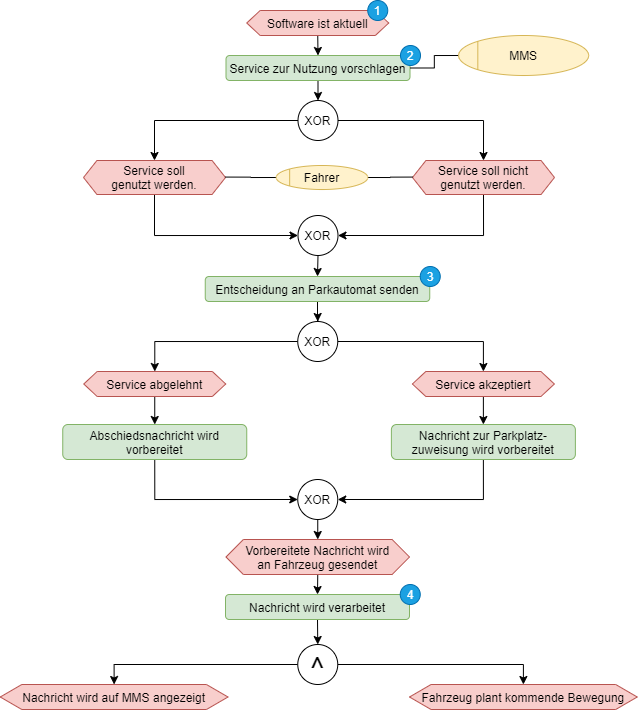
Above: Ausarbeitung/text/pictures/konzept-Nutzungsprozess.png in hesty98/bachelorthesis (draw.io), before the change. Source tidied: cells renumbered, new cells last; positions are measured from the earlier drawing's top-left corner, leaving out a move shared by most shapes.
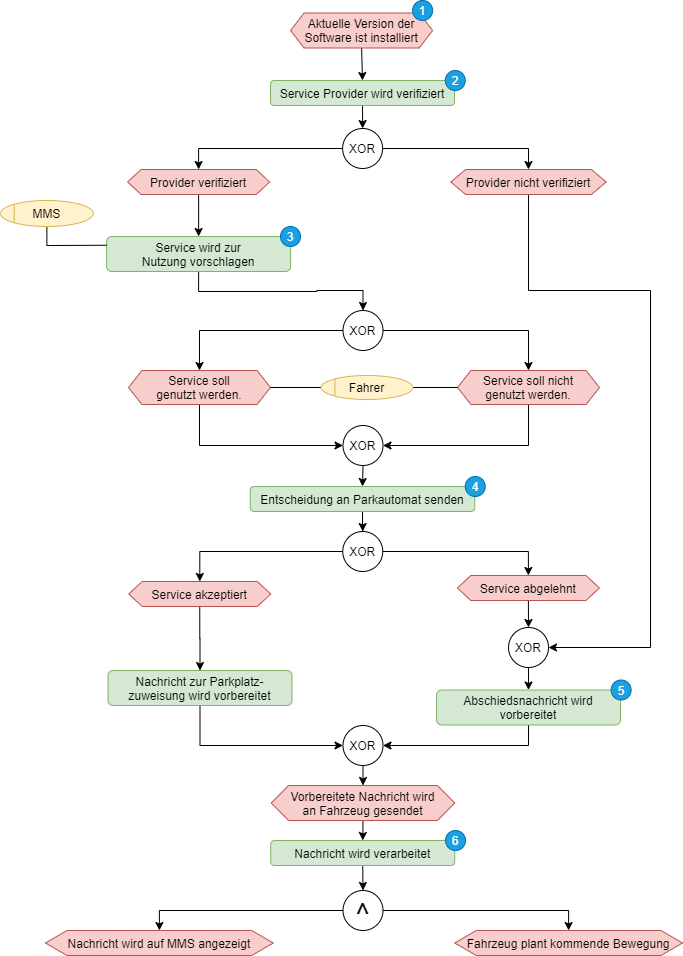
Later version of the same file.

What changed in the source:
```diff
@@ -2,23 +2,28 @@
   <root>
     <mxCell id="0" />
     <mxCell id="1" parent="0" />
-    <mxCell id="2" style="edgeStyle=orthogonalEdgeStyle;rounded=0;jettySize=auto;html=0;exitX=0.5;exitY=1;exitDx=0;exitDy=0;entryX=0.5;entryY=0;entryDx=0;entryDy=0;startArrow=none;startFill=0;endArrow=classic;endFill=1;strokeColor=#000000;" parent="1" edge="1" source="3" target="5">
-      <mxGeometry relative="1" as="geometry" />
-    </mxCell>
+    <mxCell id="50" style="edgeStyle=orthogonalEdgeStyle;rounded=0;jettySize=auto;html=1;exitX=0.5;exitY=1;exitDx=0;exitDy=0;entryX=0.5;entryY=0;entryDx=0;entryDy=0;endArrow=classic;endFill=1;" parent="1" edge="1" source="3" target="53">
+      <mxGeometry relative="1" as="geometry" />
+    </mxCell>
-    <mxCell id="3" value="Software ist aktuell" style="shape=hexagon;perimeter=hexagonPerimeter;rounded=0;size=0.09458588788853817;fillColor=#f8cecc;strokeColor=#b85450;" parent="1" vertex="1">
-      <mxGeometry x="246.2" y="10" width="142" height="25" as="geometry" />
+    <mxCell id="3" value="Aktuelle Version der&#10;Software ist installiert" style="shape=hexagon;perimeter=hexagonPerimeter;rounded=0;size=0.09458588788853817;fillColor=#f8cecc;strokeColor=#b85450;" parent="1" vertex="1">
+      <mxGeometry x="275.1" y="39.5" width="142" height="35" as="geometry" />
     </mxCell>
     <mxCell id="4" style="edgeStyle=orthogonalEdgeStyle;rounded=0;jettySize=auto;html=0;exitX=0.5;exitY=1;exitDx=0;exitDy=0;entryX=0.5;entryY=0;entryDx=0;entryDy=0;startArrow=none;startFill=0;endArrow=classic;endFill=1;strokeColor=#000000;" parent="1" edge="1" source="5" target="11">
       <mxGeometry relative="1" as="geometry" />
     </mxCell>
-    <mxCell id="5" value="Service zur Nutzung vorschlagen" style="shape=ext;rounded=1;fillColor=#d5e8d4;strokeColor=#82b366;" parent="1" vertex="1">
-      <mxGeometry x="225.5" y="55" width="184" height="25" as="geometry" />
+    <mxCell id="5" value="Service wird zur &#10;Nutzung vorschlagen" style="shape=ext;rounded=1;fillColor=#d5e8d4;strokeColor=#82b366;" parent="1" vertex="1">
+      <mxGeometry x="91.1" y="263" width="184" height="35" as="geometry" />
     </mxCell>
-    <mxCell id="6" style="edgeStyle=orthogonalEdgeStyle;rounded=0;jettySize=auto;html=1;exitX=0;exitY=0.5;exitDx=0;exitDy=0;entryX=1;entryY=0.5;entryDx=0;entryDy=0;startArrow=none;startFill=0;endArrow=none;endFill=0;strokeColor=#000000;" parent="1" edge="1" source="7" target="5">
-      <mxGeometry relative="1" as="geometry" />
+    <mxCell id="6" style="edgeStyle=orthogonalEdgeStyle;rounded=0;jettySize=auto;html=1;exitX=0.5;exitY=1;exitDx=0;exitDy=0;entryX=0;entryY=0.25;entryDx=0;entryDy=0;startArrow=none;startFill=0;endArrow=none;endFill=0;strokeColor=#000000;" parent="1" edge="1" source="7" target="5">
+      <mxGeometry relative="1" as="geometry">
+        <Array as="points">
+          <mxPoint x="31" y="272" />
+          <mxPoint x="35" y="272" />
+        </Array>
+      </mxGeometry>
     </mxCell>
     <mxCell id="7" value="MMS" style="ellipse;align=center;fillColor=#fff2cc;strokeColor=#d6b656;" parent="1" vertex="1">
-      <mxGeometry x="458.1" y="35" width="130" height="40" as="geometry" />
+      <mxGeometry x="-15" y="227" width="92.8" height="26" as="geometry" />
     </mxCell>
     <mxCell id="8" style="endArrow=none;html=1;entryX=0;entryY=0;entryDx=0;entryDy=0;exitX=0;exitY=1;exitDx=0;exitDy=0;strokeColor=#D6B656;" parent="1" edge="1" source="7" target="7">
       <mxGeometry relative="1" as="geometry" />
@@ -30,25 +35,25 @@
       <mxGeometry relative="1" as="geometry" />
     </mxCell>
     <mxCell id="11" value="XOR" style="ellipse;" parent="1" vertex="1">
-      <mxGeometry x="297.5" y="100" width="40" height="40" as="geometry" />
+      <mxGeometry x="327.5" y="337" width="40" height="40" as="geometry" />
     </mxCell>
     <mxCell id="12" style="edgeStyle=orthogonalEdgeStyle;rounded=0;jettySize=auto;html=0;exitX=0.5;exitY=1;exitDx=0;exitDy=0;entryX=0;entryY=0.5;entryDx=0;entryDy=0;startArrow=none;startFill=0;endArrow=classic;endFill=1;strokeColor=#000000;" parent="1" edge="1" source="13" target="17">
       <mxGeometry relative="1" as="geometry" />
     </mxCell>
     <mxCell id="13" value="Service soll&#10;genutzt werden." style="shape=hexagon;perimeter=hexagonPerimeter;rounded=0;size=0.09458588788853817;fillColor=#f8cecc;strokeColor=#b85450;" parent="1" vertex="1">
-      <mxGeometry x="83" y="160" width="142" height="34" as="geometry" />
+      <mxGeometry x="113" y="397" width="142" height="34" as="geometry" />
     </mxCell>
     <mxCell id="14" style="edgeStyle=orthogonalEdgeStyle;rounded=0;jettySize=auto;html=0;exitX=0.5;exitY=1;exitDx=0;exitDy=0;entryX=1;entryY=0.5;entryDx=0;entryDy=0;startArrow=none;startFill=0;endArrow=classic;endFill=1;strokeColor=#000000;" parent="1" edge="1" source="15" target="17">
       <mxGeometry relative="1" as="geometry" />
     </mxCell>
     <mxCell id="15" value="Service soll nicht&#10;genutzt werden." style="shape=hexagon;perimeter=hexagonPerimeter;rounded=0;size=0.09458588788853817;fillColor=#f8cecc;strokeColor=#b85450;" parent="1" vertex="1">
-      <mxGeometry x="412" y="160" width="142" height="34" as="geometry" />
+      <mxGeometry x="442" y="397" width="142" height="34" as="geometry" />
     </mxCell>
     <mxCell id="16" style="edgeStyle=orthogonalEdgeStyle;rounded=0;jettySize=auto;html=0;exitX=0.5;exitY=1;exitDx=0;exitDy=0;entryX=0.5;entryY=0;entryDx=0;entryDy=0;startArrow=none;startFill=0;endArrow=classic;endFill=1;strokeColor=#000000;" parent="1" edge="1" source="17" target="23">
       <mxGeometry relative="1" as="geometry" />
     </mxCell>
     <mxCell id="17" value="XOR" style="ellipse;" parent="1" vertex="1">
-      <mxGeometry x="297.5" y="215" width="40" height="40" as="geometry" />
+      <mxGeometry x="327.5" y="452" width="40" height="40" as="geometry" />
     </mxCell>
     <mxCell id="18" style="edgeStyle=orthogonalEdgeStyle;rounded=0;jettySize=auto;html=0;exitX=1;exitY=0.5;exitDx=0;exitDy=0;entryX=0;entryY=0.5;entryDx=0;entryDy=0;startArrow=none;startFill=0;endArrow=none;endFill=0;strokeColor=#000000;" parent="1" edge="1" source="20" target="15">
       <mxGeometry relative="1" as="geometry" />
@@ -57,7 +62,7 @@
       <mxGeometry relative="1" as="geometry" />
     </mxCell>
     <mxCell id="20" value="Fahrer" style="ellipse;align=center;fillColor=#fff2cc;strokeColor=#d6b656;" parent="1" vertex="1">
-      <mxGeometry x="275.8" y="165" width="91.5" height="24" as="geometry" />
+      <mxGeometry x="305.8" y="402" width="91.5" height="24" as="geometry" />
     </mxCell>
     <mxCell id="21" style="endArrow=none;html=1;entryX=0;entryY=0;entryDx=0;entryDy=0;exitX=0;exitY=1;exitDx=0;exitDy=0;strokeColor=#D6B656;" parent="1" edge="1" source="20" target="20">
       <mxGeometry relative="1" as="geometry" />
@@ -66,19 +71,19 @@
       <mxGeometry relative="1" as="geometry" />
     </mxCell>
     <mxCell id="23" value="Entscheidung an Parkautomat senden" style="shape=ext;rounded=1;fillColor=#d5e8d4;strokeColor=#82b366;" parent="1" vertex="1">
-      <mxGeometry x="204.8" y="276" width="224.5" height="25" as="geometry" />
+      <mxGeometry x="234.8" y="513" width="224.5" height="25" as="geometry" />
     </mxCell>
-    <mxCell id="24" style="edgeStyle=orthogonalEdgeStyle;rounded=0;jettySize=auto;html=0;exitX=0.5;exitY=1;exitDx=0;exitDy=0;entryX=0.5;entryY=0;entryDx=0;entryDy=0;startArrow=none;startFill=0;endArrow=classic;endFill=1;strokeColor=#000000;" parent="1" edge="1" source="25" target="34">
-      <mxGeometry relative="1" as="geometry" />
-    </mxCell>
+    <mxCell id="51" style="edgeStyle=orthogonalEdgeStyle;rounded=0;jettySize=auto;html=1;exitX=0.5;exitY=1;exitDx=0;exitDy=0;entryX=0.5;entryY=0;entryDx=0;entryDy=0;endArrow=classic;endFill=1;" parent="1" edge="1" source="25" target="62">
+      <mxGeometry relative="1" as="geometry" />
+    </mxCell>
-    <mxCell id="25" value="Service akzeptiert" style="shape=hexagon;perimeter=hexagonPerimeter;rounded=0;size=0.09458588788853817;fillColor=#f8cecc;strokeColor=#b85450;" parent="1" vertex="1">
-      <mxGeometry x="411.9" y="371" width="142" height="25" as="geometry" />
+    <mxCell id="25" value="Service abgelehnt" style="shape=hexagon;perimeter=hexagonPerimeter;rounded=0;size=0.09458588788853817;fillColor=#f8cecc;strokeColor=#b85450;" parent="1" vertex="1">
+      <mxGeometry x="441.9" y="602" width="142" height="25" as="geometry" />
     </mxCell>
     <mxCell id="26" style="edgeStyle=orthogonalEdgeStyle;rounded=0;jettySize=auto;html=0;exitX=0.5;exitY=1;exitDx=0;exitDy=0;entryX=0.5;entryY=0;entryDx=0;entryDy=0;startArrow=none;startFill=0;endArrow=classic;endFill=1;strokeColor=#000000;" parent="1" edge="1" source="27" target="32">
       <mxGeometry relative="1" as="geometry" />
     </mxCell>
-    <mxCell id="27" value="Service abgelehnt" style="shape=hexagon;perimeter=hexagonPerimeter;rounded=0;size=0.09458588788853817;fillColor=#f8cecc;strokeColor=#b85450;" parent="1" vertex="1">
-      <mxGeometry x="83.2" y="371" width="142" height="25" as="geometry" />
+    <mxCell id="27" value="Service akzeptiert" style="shape=hexagon;perimeter=hexagonPerimeter;rounded=0;size=0.09458588788853817;fillColor=#f8cecc;strokeColor=#b85450;" parent="1" vertex="1">
+      <mxGeometry x="113.2" y="608" width="142" height="25" as="geometry" />
     </mxCell>
     <mxCell id="28" style="edgeStyle=orthogonalEdgeStyle;rounded=0;jettySize=auto;html=0;exitX=1;exitY=0.5;exitDx=0;exitDy=0;entryX=0.5;entryY=0;entryDx=0;entryDy=0;startArrow=none;startFill=0;endArrow=classic;endFill=1;strokeColor=#000000;" parent="1" edge="1" source="30" target="25">
       <mxGeometry relative="1" as="geometry" />
@@ -87,37 +92,37 @@
       <mxGeometry relative="1" as="geometry" />
     </mxCell>
     <mxCell id="30" value="XOR" style="ellipse;" parent="1" vertex="1">
-      <mxGeometry x="297.2" y="321" width="40" height="40" as="geometry" />
+      <mxGeometry x="327.2" y="558" width="40" height="40" as="geometry" />
     </mxCell>
     <mxCell id="31" style="edgeStyle=orthogonalEdgeStyle;rounded=0;jettySize=auto;html=0;exitX=0.5;exitY=1;exitDx=0;exitDy=0;entryX=0;entryY=0.5;entryDx=0;entryDy=0;startArrow=none;startFill=0;endArrow=classic;endFill=1;strokeColor=#000000;" parent="1" edge="1" source="32" target="38">
       <mxGeometry relative="1" as="geometry" />
     </mxCell>
-    <mxCell id="32" value="Abschiedsnachricht wird&#10;vorbereitet" style="shape=ext;rounded=1;fillColor=#d5e8d4;strokeColor=#82b366;" parent="1" vertex="1">
-      <mxGeometry x="62.2" y="424" width="184" height="35" as="geometry" />
+    <mxCell id="32" value="Nachricht zur Parkplatz-&#10;zuweisung wird vorbereitet" style="shape=ext;rounded=1;fillColor=#d5e8d4;strokeColor=#82b366;" parent="1" vertex="1">
+      <mxGeometry x="92.5" y="697" width="184" height="35" as="geometry" />
     </mxCell>
     <mxCell id="33" style="edgeStyle=orthogonalEdgeStyle;rounded=0;jettySize=auto;html=0;exitX=0.5;exitY=1;exitDx=0;exitDy=0;entryX=1;entryY=0.5;entryDx=0;entryDy=0;startArrow=none;startFill=0;endArrow=classic;endFill=1;strokeColor=#000000;" parent="1" edge="1" source="34" target="38">
       <mxGeometry relative="1" as="geometry" />
     </mxCell>
-    <mxCell id="34" value="Nachricht zur Parkplatz-&#10;zuweisung wird vorbereitet" style="shape=ext;rounded=1;fillColor=#d5e8d4;strokeColor=#82b366;" parent="1" vertex="1">
-      <mxGeometry x="390.9" y="424" width="184" height="35" as="geometry" />
+    <mxCell id="34" value="Abschiedsnachricht wird&#10;vorbereitet" style="shape=ext;rounded=1;fillColor=#d5e8d4;strokeColor=#82b366;" parent="1" vertex="1">
+      <mxGeometry x="421" y="716.5" width="184" height="35" as="geometry" />
     </mxCell>
     <mxCell id="35" style="edgeStyle=orthogonalEdgeStyle;rounded=0;jettySize=auto;html=0;exitX=0.5;exitY=1;exitDx=0;exitDy=0;entryX=0.5;entryY=0;entryDx=0;entryDy=0;startArrow=none;startFill=0;endArrow=classic;endFill=1;strokeColor=#000000;" parent="1" edge="1" source="36" target="40">
       <mxGeometry relative="1" as="geometry" />
     </mxCell>
     <mxCell id="36" value="Vorbereitete Nachricht wird&#10;an Fahrzeug gesendet" style="shape=hexagon;perimeter=hexagonPerimeter;rounded=0;size=0.09458588788853817;fillColor=#f8cecc;strokeColor=#b85450;" parent="1" vertex="1">
-      <mxGeometry x="225.5" y="539" width="183.5" height="35" as="geometry" />
+      <mxGeometry x="255.8" y="812" width="183.5" height="35" as="geometry" />
     </mxCell>
     <mxCell id="37" style="edgeStyle=orthogonalEdgeStyle;rounded=0;jettySize=auto;html=0;exitX=0.5;exitY=1;exitDx=0;exitDy=0;entryX=0.5;entryY=0;entryDx=0;entryDy=0;startArrow=none;startFill=0;endArrow=classic;endFill=1;strokeColor=#000000;" parent="1" edge="1" source="38" target="36">
       <mxGeometry relative="1" as="geometry" />
     </mxCell>
     <mxCell id="38" value="XOR" style="ellipse;" parent="1" vertex="1">
-      <mxGeometry x="297.2" y="479" width="40" height="40" as="geometry" />
+      <mxGeometry x="327.5" y="752" width="40" height="40" as="geometry" />
     </mxCell>
     <mxCell id="39" style="edgeStyle=orthogonalEdgeStyle;rounded=0;jettySize=auto;html=0;exitX=0.5;exitY=1;exitDx=0;exitDy=0;entryX=0.5;entryY=0;entryDx=0;entryDy=0;startArrow=none;startFill=0;endArrow=classic;endFill=1;strokeColor=#000000;" parent="1" edge="1" source="40" target="43">
       <mxGeometry relative="1" as="geometry" />
     </mxCell>
     <mxCell id="40" value="Nachricht wird verarbeitet" style="shape=ext;rounded=1;fillColor=#d5e8d4;strokeColor=#82b366;" parent="1" vertex="1">
-      <mxGeometry x="225" y="594" width="184" height="25" as="geometry" />
+      <mxGeometry x="255.2" y="867" width="184" height="25" as="geometry" />
     </mxCell>
     <mxCell id="41" style="edgeStyle=orthogonalEdgeStyle;rounded=0;jettySize=auto;html=0;exitX=0;exitY=0.5;exitDx=0;exitDy=0;entryX=0.5;entryY=0;entryDx=0;entryDy=0;startArrow=none;startFill=0;endArrow=classic;endFill=1;strokeColor=#000000;fontSize=22;" parent="1" edge="1" source="43" target="44">
       <mxGeometry relative="1" as="geometry" />
@@ -126,25 +131,70 @@
       <mxGeometry relative="1" as="geometry" />
     </mxCell>
     <mxCell id="43" value="^" style="ellipse;fontSize=29;verticalAlign=middle;align=center;direction=east;" parent="1" vertex="1">
-      <mxGeometry x="297.3" y="644" width="40" height="40" as="geometry" />
+      <mxGeometry x="327.5" y="917" width="40" height="40" as="geometry" />
     </mxCell>
     <mxCell id="44" value="Nachricht wird auf MMS angezeigt" style="shape=hexagon;perimeter=hexagonPerimeter;rounded=0;size=0.09458588788853817;fillColor=#f8cecc;strokeColor=#b85450;" parent="1" vertex="1">
-      <mxGeometry x="-0.2" y="684" width="227.8" height="25" as="geometry" />
+      <mxGeometry x="30" y="957" width="227.8" height="25" as="geometry" />
     </mxCell>
     <mxCell id="45" value="Fahrzeug plant kommende Bewegung" style="shape=hexagon;perimeter=hexagonPerimeter;rounded=0;size=0.09458588788853817;fillColor=#f8cecc;strokeColor=#b85450;" parent="1" vertex="1">
-      <mxGeometry x="409" y="684" width="227.8" height="25" as="geometry" />
+      <mxGeometry x="439.2" y="957" width="227.8" height="25" as="geometry" />
     </mxCell>
     <mxCell id="46" value="1" style="ellipse;whiteSpace=wrap;html=1;fillColor=#1ba1e2;strokeColor=#006EAF;fontColor=#ffffff;" parent="1" vertex="1">
-      <mxGeometry x="367.2" width="20" height="20" as="geometry" />
+      <mxGeometry x="397.1" y="27" width="20" height="20" as="geometry" />
     </mxCell>
-    <mxCell id="47" value="2" style="ellipse;whiteSpace=wrap;html=1;fillColor=#1ba1e2;strokeColor=#006EAF;fontColor=#ffffff;" parent="1" vertex="1">
-      <mxGeometry x="400" y="45" width="20" height="20" as="geometry" />
+    <mxCell id="47" value="3" style="ellipse;whiteSpace=wrap;html=1;fillColor=#1ba1e2;strokeColor=#006EAF;fontColor=#ffffff;" parent="1" vertex="1">
+      <mxGeometry x="265" y="253" width="20" height="20" as="geometry" />
     </mxCell>
-    <mxCell id="48" value="3&lt;span style=&quot;color: rgba(0 , 0 , 0 , 0) ; font-family: monospace ; font-size: 0px&quot;&gt;%3CmxGraphModel%3E%3Croot%3E%3CmxCell%20id%3D%220%22%2F%3E%3CmxCell%20id%3D%221%22%20parent%3D%220%22%2F%3E%3CmxCell%20id%3D%222%22%20value%3D%222%22%20style%3D%22ellipse%3BwhiteSpace%3Dwrap%3Bhtml%3D1%3Baspect%3Dfixed%3BfillColor%3D%231ba1e2%3BstrokeColor%3D%23006EAF%3BfontColor%3D%23ffffff%3B%22%20vertex%3D%221%22%20parent%3D%221%22%3E%3CmxGeometry%20x%3D%22489.3%22%20y%3D%22269%22%20width%3D%2220%22%20height%3D%2220%22%20as%3D%22geometry%22%2F%3E%3C%2FmxCell%3E%3C%2Froot%3E%3C%2FmxGraphModel%3E&lt;/span&gt;" style="ellipse;whiteSpace=wrap;html=1;fillColor=#1ba1e2;strokeColor=#006EAF;fontColor=#ffffff;" parent="1" vertex="1">
-      <mxGeometry x="419.8" y="266" width="20" height="20" as="geometry" />
+    <mxCell id="48" value="4" style="ellipse;whiteSpace=wrap;html=1;fillColor=#1ba1e2;strokeColor=#006EAF;fontColor=#ffffff;" parent="1" vertex="1">
+      <mxGeometry x="449.8" y="503" width="20" height="20" as="geometry" />
     </mxCell>
-    <mxCell id="49" value="4" style="ellipse;whiteSpace=wrap;html=1;fillColor=#1ba1e2;strokeColor=#006EAF;fontColor=#ffffff;" parent="1" vertex="1">
-      <mxGeometry x="399.7" y="584" width="20" height="20" as="geometry" />
+    <mxCell id="49" value="6" style="ellipse;whiteSpace=wrap;html=1;fillColor=#1ba1e2;strokeColor=#006EAF;fontColor=#ffffff;" parent="1" vertex="1">
+      <mxGeometry x="430" y="857" width="20" height="20" as="geometry" />
     </mxCell>
+    <mxCell id="52" style="edgeStyle=orthogonalEdgeStyle;rounded=0;jettySize=auto;html=1;exitX=0.5;exitY=1;exitDx=0;exitDy=0;entryX=0.5;entryY=0;entryDx=0;entryDy=0;endArrow=classic;endFill=1;" parent="1" edge="1" source="53" target="60">
+      <mxGeometry relative="1" as="geometry" />
+    </mxCell>
+    <mxCell id="53" value="Service Provider wird verifiziert" style="shape=ext;rounded=1;fillColor=#d5e8d4;strokeColor=#82b366;" parent="1" vertex="1">
+      <mxGeometry x="255" y="107" width="184" height="25" as="geometry" />
+    </mxCell>
+    <mxCell id="54" style="edgeStyle=orthogonalEdgeStyle;rounded=0;jettySize=auto;html=1;exitX=0.5;exitY=1;exitDx=0;exitDy=0;entryX=1;entryY=0.5;entryDx=0;entryDy=0;endArrow=classic;endFill=1;" parent="1" edge="1" source="55" target="62">
+      <mxGeometry relative="1" as="geometry">
+        <Array as="points">
+          <mxPoint x="513" y="317" />
+          <mxPoint x="635" y="317" />
+          <mxPoint x="635" y="674" />
+        </Array>
+      </mxGeometry>
+    </mxCell>
+    <mxCell id="55" value="Provider nicht verifiziert" style="shape=hexagon;perimeter=hexagonPerimeter;rounded=0;size=0.09458588788853817;fillColor=#f8cecc;strokeColor=#b85450;" parent="1" vertex="1">
+      <mxGeometry x="435.4" y="196" width="155.2" height="25" as="geometry" />
+    </mxCell>
+    <mxCell id="56" style="edgeStyle=orthogonalEdgeStyle;rounded=0;jettySize=auto;html=1;exitX=0.5;exitY=1;exitDx=0;exitDy=0;entryX=0.5;entryY=0;entryDx=0;entryDy=0;endArrow=classic;endFill=1;" parent="1" edge="1" source="57" target="5">
+      <mxGeometry relative="1" as="geometry" />
+    </mxCell>
+    <mxCell id="57" value="Provider verifiziert" style="shape=hexagon;perimeter=hexagonPerimeter;rounded=0;size=0.09458588788853817;fillColor=#f8cecc;strokeColor=#b85450;" parent="1" vertex="1">
+      <mxGeometry x="112.1" y="196" width="142" height="25" as="geometry" />
+    </mxCell>
+    <mxCell id="58" style="edgeStyle=orthogonalEdgeStyle;rounded=0;jettySize=auto;html=1;exitX=0;exitY=0.5;exitDx=0;exitDy=0;entryX=0.5;entryY=0;entryDx=0;entryDy=0;endArrow=classic;endFill=1;" parent="1" edge="1" source="60" target="57">
+      <mxGeometry relative="1" as="geometry" />
+    </mxCell>
+    <mxCell id="59" style="edgeStyle=orthogonalEdgeStyle;rounded=0;jettySize=auto;html=1;exitX=1;exitY=0.5;exitDx=0;exitDy=0;entryX=0.5;entryY=0;entryDx=0;entryDy=0;endArrow=classic;endFill=1;" parent="1" edge="1" source="60" target="55">
+      <mxGeometry relative="1" as="geometry" />
+    </mxCell>
+    <mxCell id="60" value="XOR" style="ellipse;" parent="1" vertex="1">
+      <mxGeometry x="327.1" y="155" width="40" height="40" as="geometry" />
+    </mxCell>
+    <mxCell id="61" style="edgeStyle=orthogonalEdgeStyle;rounded=0;jettySize=auto;html=1;exitX=0.5;exitY=1;exitDx=0;exitDy=0;entryX=0.5;entryY=0;entryDx=0;entryDy=0;endArrow=classic;endFill=1;" parent="1" edge="1" source="62" target="34">
+      <mxGeometry relative="1" as="geometry" />
+    </mxCell>
+    <mxCell id="62" value="XOR" style="ellipse;" parent="1" vertex="1">
+      <mxGeometry x="493" y="654" width="40" height="40" as="geometry" />
+    </mxCell>
+    <mxCell id="63" value="2" style="ellipse;whiteSpace=wrap;html=1;fillColor=#1ba1e2;strokeColor=#006EAF;fontColor=#ffffff;" parent="1" vertex="1">
+      <mxGeometry x="429.8" y="97" width="20" height="20" as="geometry" />
+    </mxCell>
+    <mxCell id="64" value="5" style="ellipse;whiteSpace=wrap;html=1;fillColor=#1ba1e2;strokeColor=#006EAF;fontColor=#ffffff;" parent="1" vertex="1">
+      <mxGeometry x="595.6" y="706.5" width="20" height="20" as="geometry" />
+    </mxCell>
   </root>
 </mxGraphModel>
```
